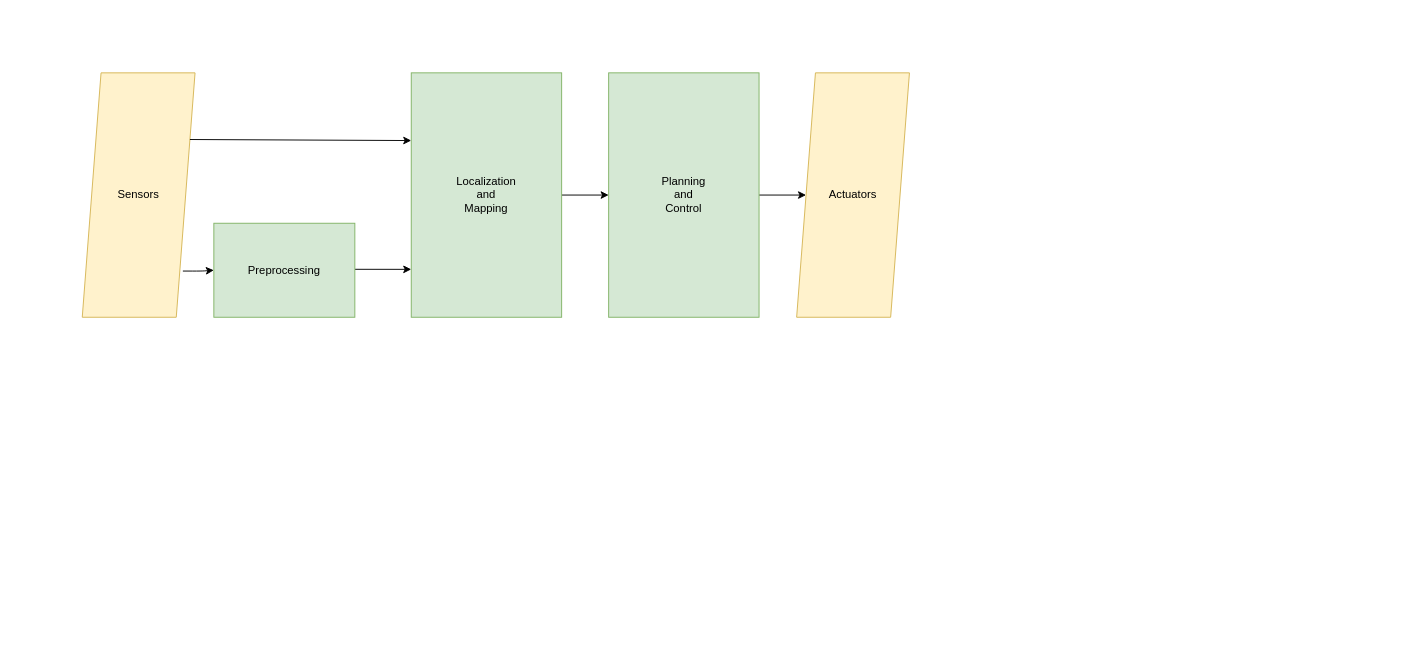
ipa-dmo/ipa_outdoor_docu keeps this draw.io diagram as page "Navigation" (1 of 3) of TestNav.drawio. Above is the earlier version. Source tidied: cells renumbered, new cells numbered last; positions are measured from the earlier drawing's top-left corner, leaving out a move shared by most shapes. Both pictures are drawn from the tidied source at 94%, with x=0, y=0 at pixel (82, 72).
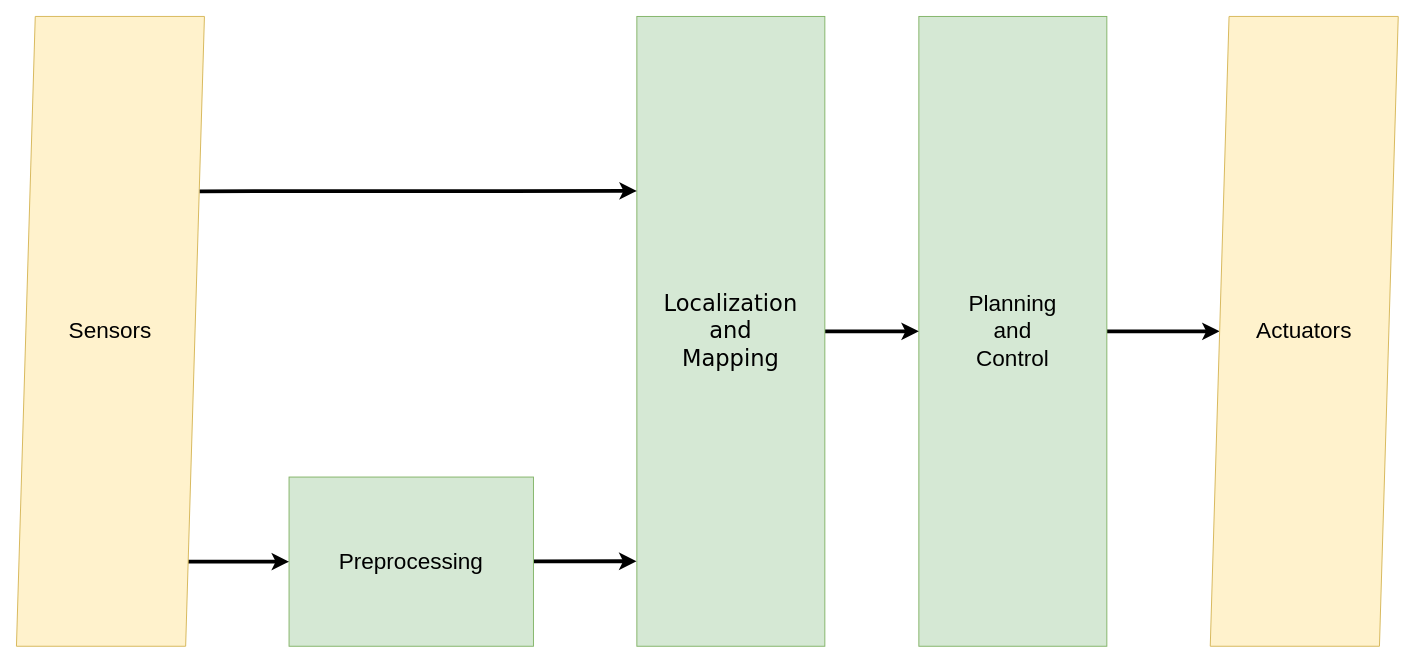
Above is the later version.

Change to the diagram source:
```diff
@@
 <mxGraphModel>
   <root>
     <mxCell id="0" />
     <mxCell id="1" parent="0" />
-    <mxCell id="2" style="edgeStyle=orthogonalEdgeStyle;jettySize=auto;html=1;entryX=0;entryY=0.5;entryDx=0;entryDy=0;" parent="1" edge="1" source="3" target="10">
+    <mxCell id="2" style="edgeStyle=none;rounded=0;jettySize=auto;html=1;entryX=0;entryY=0.5;entryDx=0;entryDy=0;strokeWidth=4;" parent="1" edge="1" source="3" target="10">
       <mxGeometry relative="1" as="geometry" />
     </mxCell>
-    <mxCell id="3" value="&lt;div&gt;Planning&lt;/div&gt;&lt;div&gt;and&lt;/div&gt;&lt;div&gt;Control&lt;br&gt;&lt;/div&gt;" style="whiteSpace=wrap;html=1;fillColor=#d5e8d4;strokeColor=#82b366;" parent="1" vertex="1">
-      <mxGeometry x="560" width="160" height="260" as="geometry" />
+    <mxCell id="3" value="&lt;div&gt;&lt;font style=&quot;font-size: 24px&quot;&gt;Planning &lt;br&gt;&lt;/font&gt;&lt;/div&gt;&lt;div&gt;&lt;font style=&quot;font-size: 24px&quot;&gt;and &lt;br&gt;&lt;/font&gt;&lt;/div&gt;&lt;div&gt;&lt;font style=&quot;font-size: 24px&quot;&gt;Control&lt;/font&gt;&lt;/div&gt;" style="whiteSpace=wrap;html=1;fillColor=#d5e8d4;strokeColor=#82b366;" parent="1" vertex="1">
+      <mxGeometry x="890" y="-60" width="200" height="670" as="geometry" />
     </mxCell>
-    <mxCell id="4" style="edgeStyle=orthogonalEdgeStyle;jettySize=auto;html=1;" parent="1" edge="1" source="5" target="3">
+    <mxCell id="4" style="edgeStyle=orthogonalEdgeStyle;jettySize=auto;html=1;strokeWidth=4;" parent="1" edge="1" source="5" target="3">
       <mxGeometry relative="1" as="geometry" />
     </mxCell>
-    <mxCell id="5" value="&lt;div&gt;Localization &lt;br&gt;&lt;/div&gt;&lt;div&gt;and &lt;br&gt;&lt;/div&gt;&lt;div&gt;Mapping&lt;/div&gt;" style="whiteSpace=wrap;html=1;fillColor=#d5e8d4;strokeColor=#82b366;" parent="1" vertex="1">
-      <mxGeometry x="350" width="160" height="260" as="geometry" />
+    <mxCell id="5" value="&lt;div&gt;&lt;font face=&quot;Verdana&quot;&gt;&lt;font style=&quot;font-size: 24px&quot;&gt;Localization&lt;font style=&quot;font-size: 24px&quot;&gt; &lt;br&gt;&lt;/font&gt;&lt;/font&gt;&lt;/font&gt;&lt;/div&gt;&lt;div&gt;&lt;font face=&quot;Verdana&quot;&gt;&lt;font style=&quot;font-size: 24px&quot;&gt;&lt;font style=&quot;font-size: 24px&quot;&gt;and &lt;br&gt;&lt;/font&gt;&lt;/font&gt;&lt;/font&gt;&lt;/div&gt;&lt;div&gt;&lt;font face=&quot;Verdana&quot;&gt;&lt;font style=&quot;font-size: 24px&quot;&gt;&lt;font style=&quot;font-size: 24px&quot;&gt;Mapping&lt;/font&gt;&lt;/font&gt;&lt;/font&gt;&lt;/div&gt;" style="whiteSpace=wrap;html=1;fillColor=#d5e8d4;strokeColor=#82b366;" parent="1" vertex="1">
+      <mxGeometry x="590" y="-60" width="200" height="670" as="geometry" />
     </mxCell>
-    <mxCell id="6" style="jettySize=auto;html=1;entryX=0;entryY=0.804;entryDx=0;entryDy=0;entryPerimeter=0;" parent="1" edge="1" target="5">
-      <mxGeometry relative="1" as="geometry">
-        <mxPoint x="290" y="209" as="sourcePoint" />
-      </mxGeometry>
-    </mxCell>
+    <mxCell id="12" style="edgeStyle=none;rounded=0;jettySize=auto;html=1;strokeWidth=4;entryX=-0.002;entryY=0.865;entryDx=0;entryDy=0;entryPerimeter=0;" parent="1" edge="1" source="7" target="5">
+      <mxGeometry relative="1" as="geometry" />
+    </mxCell>
-    <mxCell id="7" value="Preprocessing" style="whiteSpace=wrap;html=1;fillColor=#d5e8d4;strokeColor=#82b366;" parent="1" vertex="1">
-      <mxGeometry x="140" y="160" width="150" height="100" as="geometry" />
+    <mxCell id="7" value="&lt;font style=&quot;font-size: 24px&quot;&gt;Preprocessing&lt;/font&gt;" style="whiteSpace=wrap;html=1;fillColor=#d5e8d4;strokeColor=#82b366;" parent="1" vertex="1">
+      <mxGeometry x="220" y="430" width="260" height="180" as="geometry" />
     </mxCell>
-    <mxCell id="8" style="edgeStyle=orthogonalEdgeStyle;jettySize=auto;html=1;exitX=0.892;exitY=0.811;exitDx=0;exitDy=0;exitPerimeter=0;entryX=0;entryY=0.5;entryDx=0;entryDy=0;" parent="1" edge="1" source="9" target="7">
+    <mxCell id="8" style="jettySize=auto;html=1;entryX=0;entryY=0.5;entryDx=0;entryDy=0;strokeWidth=4;" parent="1" edge="1" target="7">
       <mxGeometry relative="1" as="geometry">
-        <Array as="points">
-          <mxPoint x="127" y="210" />
-        </Array>
+        <mxPoint x="100" y="520" as="sourcePoint" />
       </mxGeometry>
     </mxCell>
-    <mxCell id="9" value="Sensors" style="shape=parallelogram;perimeter=parallelogramPerimeter;whiteSpace=wrap;html=1;fixedSize=1;fillColor=#fff2cc;strokeColor=#d6b656;" parent="1" vertex="1">
-      <mxGeometry width="120" height="260" as="geometry" />
+    <mxCell id="9" value="&lt;font style=&quot;font-size: 24px&quot;&gt;Sensors&lt;/font&gt;" style="shape=parallelogram;perimeter=parallelogramPerimeter;whiteSpace=wrap;html=1;fixedSize=1;fillColor=#fff2cc;strokeColor=#d6b656;" parent="1" vertex="1">
+      <mxGeometry x="-70" y="-60" width="200" height="670" as="geometry" />
     </mxCell>
+    <mxCell id="11" style="endArrow=classic;html=1;entryX=0;entryY=0.277;entryDx=0;entryDy=0;entryPerimeter=0;strokeWidth=4;" parent="1" edge="1" target="5">
+      <mxGeometry relative="1" as="geometry">
+        <mxPoint x="125" y="126" as="sourcePoint" />
+      </mxGeometry>
+    </mxCell>
-    <mxCell id="10" value="Actuators" style="shape=parallelogram;perimeter=parallelogramPerimeter;whiteSpace=wrap;html=1;fixedSize=1;fillColor=#fff2cc;strokeColor=#d6b656;" parent="1" vertex="1">
-      <mxGeometry x="760" width="120" height="260" as="geometry" />
+    <mxCell id="10" value="&lt;font style=&quot;font-size: 24px&quot;&gt;Actuators&lt;/font&gt;" style="shape=parallelogram;perimeter=parallelogramPerimeter;whiteSpace=wrap;html=1;fixedSize=1;fillColor=#fff2cc;strokeColor=#d6b656;" parent="1" vertex="1">
+      <mxGeometry x="1200" y="-60" width="200" height="670" as="geometry" />
     </mxCell>
-    <mxCell id="11" style="endArrow=classic;html=1;exitX=1;exitY=0.25;exitDx=0;exitDy=0;entryX=0;entryY=0.277;entryDx=0;entryDy=0;entryPerimeter=0;" parent="1" edge="1" source="9" target="5">
-      <mxGeometry relative="1" as="geometry" />
-    </mxCell>
   </root>
 </mxGraphModel>
```
